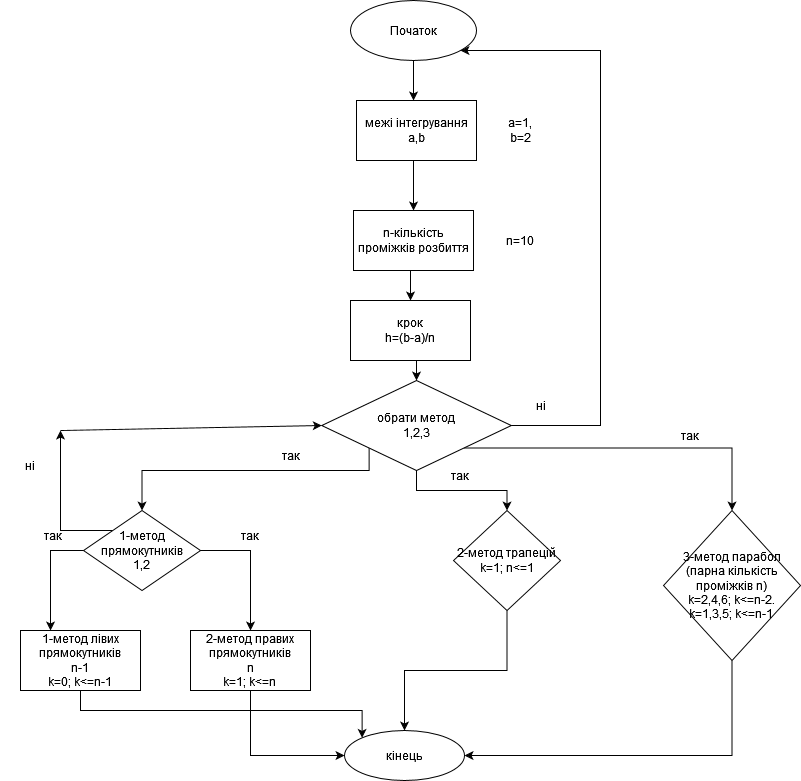
Above: Untitled Diagram.drawio.png in VolodymyrLutskevych-PE-12/Lab_2_Volodymyr-Lutskevych_PE-12_-1- (draw.io), before the change. Source tidied: cells renumbered, new cells last; positions are measured from the earlier drawing's top-left corner, leaving out a move shared by most shapes.
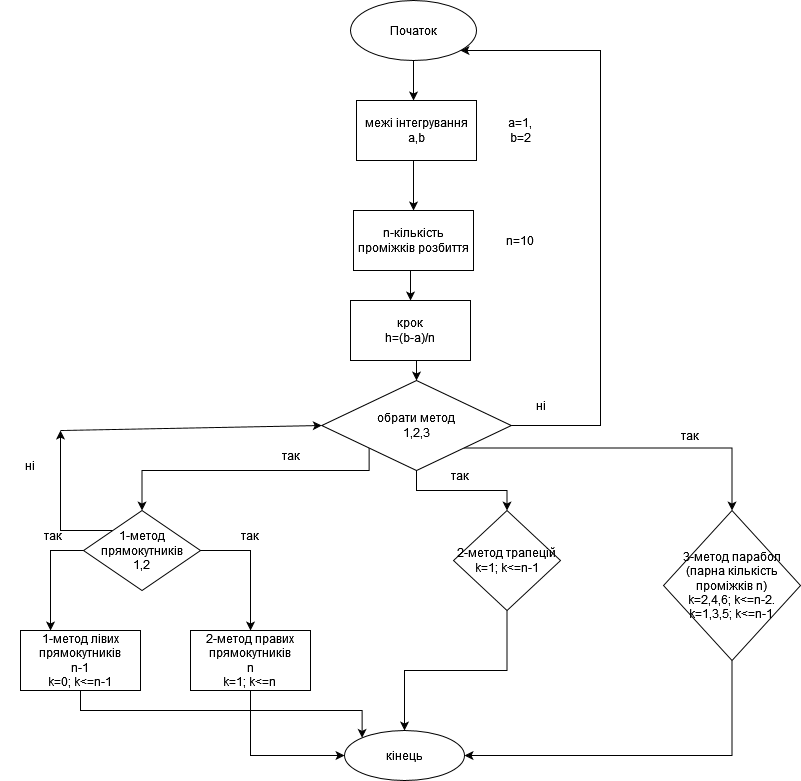
The same file after the commit.

Change to the diagram source:
```diff
@@ -33,7 +33,7 @@
     <mxCell id="9" style="edgeStyle=orthogonalEdgeStyle;rounded=0;jettySize=auto;html=1;exitX=0.5;exitY=1;exitDx=0;exitDy=0;" parent="1" edge="1" source="10" target="21">
       <mxGeometry relative="1" as="geometry" />
     </mxCell>
-    <mxCell id="10" value="&lt;div&gt;2-метод трапецій&lt;/div&gt;k=1; n&amp;lt;=1" style="rhombus;whiteSpace=wrap;html=1;" parent="1" vertex="1">
+    <mxCell id="10" value="&lt;div&gt;2-метод трапецій&lt;/div&gt;k=1; k&amp;lt;=n-1" style="rhombus;whiteSpace=wrap;html=1;" parent="1" vertex="1">
       <mxGeometry x="453" y="510" width="107" height="100" as="geometry" />
     </mxCell>
     <mxCell id="11" style="edgeStyle=orthogonalEdgeStyle;rounded=0;jettySize=auto;html=1;exitX=0.5;exitY=1;exitDx=0;exitDy=0;entryX=1;entryY=0.5;entryDx=0;entryDy=0;" parent="1" edge="1" source="12" target="21">
```
